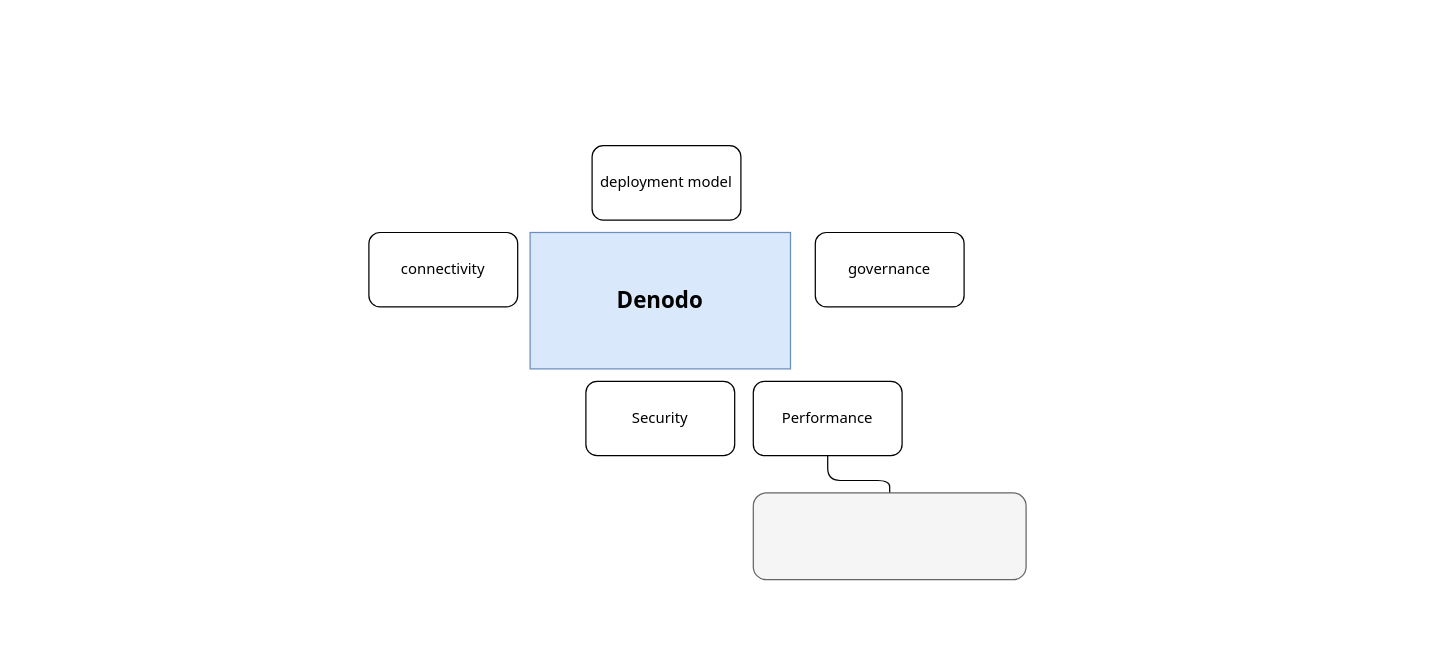
Earlier version of the draw.io diagram page "denodo" (1 of 3) of data virtualization.drawio (kanchantewary/MindMaps). Source tidied: cells renumbered, new cells numbered last; positions are measured from the earlier drawing's top-left corner, leaving out a move shared by most shapes. Both pictures are drawn from the tidied source at 124%, with x=0, y=0 at pixel (368, 145).
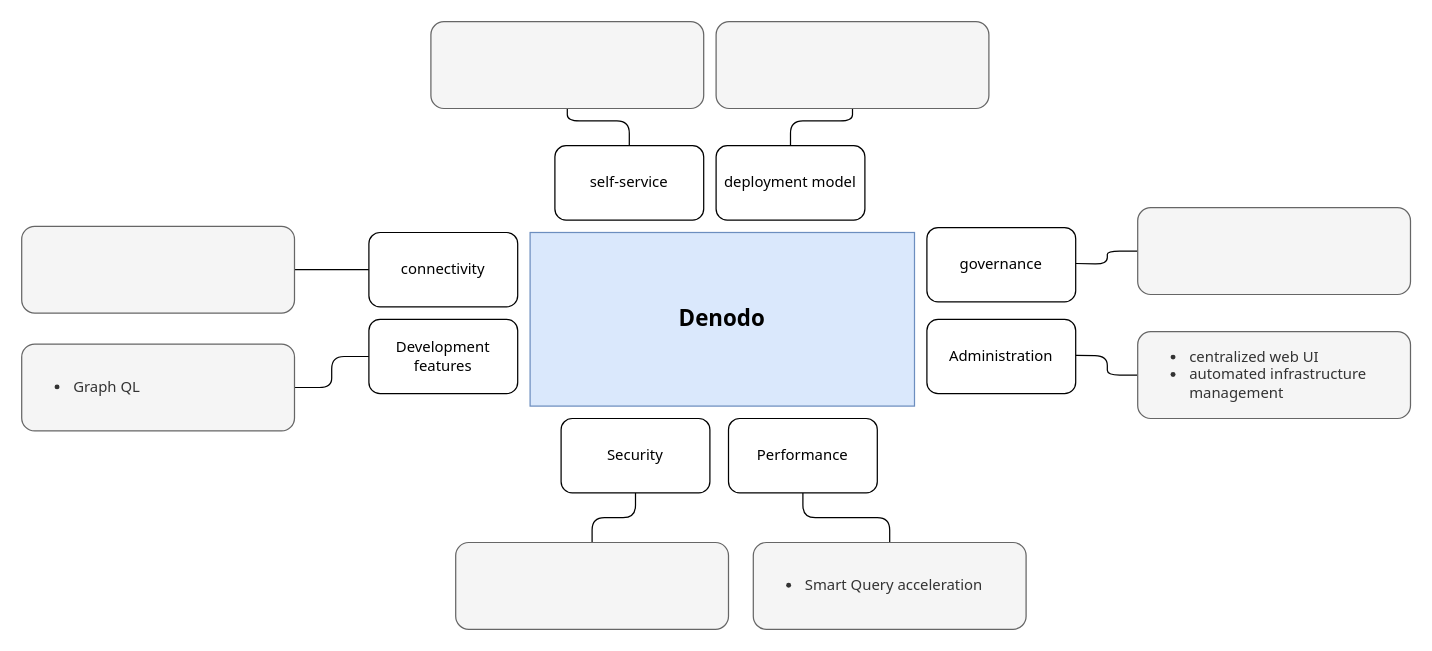
The same page after the edit.

Unchanged cells that the change refers to:
```xml
<mxCell id="9" value="connectivity" style="rounded=1;whiteSpace=wrap;html=1;fontFamily=Tahoma;" parent="1" vertex="1">
  <mxGeometry y="70" width="120" height="60" as="geometry" />
</mxCell>
```

The edit, as a diff of the source:
```diff
@@
     <mxCell id="2" value="&lt;h2&gt;&lt;font face=&quot;Tahoma&quot;&gt;Denodo&lt;/font&gt;&lt;/h2&gt;" style="rounded=0;whiteSpace=wrap;html=1;fillColor=#dae8fc;strokeColor=#6c8ebf;" parent="1" vertex="1">
-      <mxGeometry x="130" y="70" width="210" height="110" as="geometry" />
+      <mxGeometry x="130" y="70" width="310" height="140" as="geometry" />
     </mxCell>
+    <mxCell id="10" style="edgeStyle=orthogonalEdgeStyle;rounded=1;jettySize=auto;html=1;fontFamily=Tahoma;endArrow=none;endFill=0;" parent="1" edge="1" source="3" target="16">
+      <mxGeometry relative="1" as="geometry" />
+    </mxCell>
     <mxCell id="3" value="Security" style="rounded=1;whiteSpace=wrap;html=1;fontFamily=Tahoma;" parent="1" vertex="1">
-      <mxGeometry x="175" y="190" width="120" height="60" as="geometry" />
+      <mxGeometry x="155" y="220" width="120" height="60" as="geometry" />
     </mxCell>
@@
     <mxCell id="5" value="Performance" style="rounded=1;whiteSpace=wrap;html=1;fontFamily=Tahoma;" parent="1" vertex="1">
-      <mxGeometry x="310" y="190" width="120" height="60" as="geometry" />
+      <mxGeometry x="290" y="220" width="120" height="60" as="geometry" />
     </mxCell>
+    <mxCell id="11" style="edgeStyle=orthogonalEdgeStyle;rounded=1;jettySize=auto;html=1;fontFamily=Tahoma;endArrow=none;endFill=0;" parent="1" edge="1" source="6" target="14">
+      <mxGeometry relative="1" as="geometry" />
+    </mxCell>
     <mxCell id="6" value="deployment model" style="rounded=1;whiteSpace=wrap;html=1;fontFamily=Tahoma;" parent="1" vertex="1">
-      <mxGeometry x="180" width="120" height="60" as="geometry" />
+      <mxGeometry x="280" width="120" height="60" as="geometry" />
     </mxCell>
-    <mxCell id="7" style="rounded=1;whiteSpace=wrap;html=1;fontFamily=Tahoma;fillColor=#f5f5f5;fontColor=#333333;strokeColor=#666666;" parent="1" vertex="1">
-      <mxGeometry x="310" y="280" width="220" height="70" as="geometry" />
+    <mxCell id="7" value="&lt;ul&gt;&lt;li&gt;Smart Query acceleration&lt;/li&gt;&lt;/ul&gt;" style="rounded=1;whiteSpace=wrap;html=1;fontFamily=Tahoma;fillColor=#f5f5f5;fontColor=#333333;strokeColor=#666666;align=left;" parent="1" vertex="1">
+      <mxGeometry x="310" y="320" width="220" height="70" as="geometry" />
     </mxCell>
+    <mxCell id="12" style="edgeStyle=orthogonalEdgeStyle;rounded=1;jettySize=auto;html=1;fontFamily=Tahoma;endArrow=none;endFill=0;" parent="1" edge="1" target="15">
+      <mxGeometry relative="1" as="geometry">
+        <mxPoint x="570" y="95" as="sourcePoint" />
+      </mxGeometry>
+    </mxCell>
     <mxCell id="8" value="governance" style="rounded=1;whiteSpace=wrap;html=1;fontFamily=Tahoma;" parent="1" vertex="1">
-      <mxGeometry x="360" y="70" width="120" height="60" as="geometry" />
+      <mxGeometry x="450" y="66" width="120" height="60" as="geometry" />
     </mxCell>
+    <mxCell id="13" style="edgeStyle=orthogonalEdgeStyle;rounded=1;jettySize=auto;html=1;fontFamily=Tahoma;endArrow=none;endFill=0;" parent="1" edge="1" source="9" target="17">
+      <mxGeometry relative="1" as="geometry" />
+    </mxCell>
@@
+    <mxCell id="14" style="rounded=1;whiteSpace=wrap;html=1;fontFamily=Tahoma;fillColor=#f5f5f5;fontColor=#333333;strokeColor=#666666;" parent="1" vertex="1">
+      <mxGeometry x="280" y="-100" width="220" height="70" as="geometry" />
+    </mxCell>
+    <mxCell id="15" style="rounded=1;whiteSpace=wrap;html=1;fontFamily=Tahoma;fillColor=#f5f5f5;fontColor=#333333;strokeColor=#666666;" parent="1" vertex="1">
+      <mxGeometry x="620" y="50" width="220" height="70" as="geometry" />
+    </mxCell>
+    <mxCell id="16" style="rounded=1;whiteSpace=wrap;html=1;fontFamily=Tahoma;fillColor=#f5f5f5;fontColor=#333333;strokeColor=#666666;" parent="1" vertex="1">
+      <mxGeometry x="70" y="320" width="220" height="70" as="geometry" />
+    </mxCell>
+    <mxCell id="17" style="rounded=1;whiteSpace=wrap;html=1;fontFamily=Tahoma;fillColor=#f5f5f5;fontColor=#333333;strokeColor=#666666;" parent="1" vertex="1">
+      <mxGeometry x="-280" y="65" width="220" height="70" as="geometry" />
+    </mxCell>
+    <mxCell id="18" style="edgeStyle=orthogonalEdgeStyle;rounded=1;jettySize=auto;html=1;fontFamily=Tahoma;endArrow=none;endFill=0;" parent="1" edge="1" source="19" target="20">
+      <mxGeometry relative="1" as="geometry" />
+    </mxCell>
+    <mxCell id="19" value="Development &lt;br&gt;features" style="rounded=1;whiteSpace=wrap;html=1;fontFamily=Tahoma;" parent="1" vertex="1">
+      <mxGeometry y="140" width="120" height="60" as="geometry" />
+    </mxCell>
+    <mxCell id="20" value="&lt;ul&gt;&lt;li&gt;Graph QL&lt;/li&gt;&lt;/ul&gt;" style="rounded=1;whiteSpace=wrap;html=1;fontFamily=Tahoma;fillColor=#f5f5f5;fontColor=#333333;strokeColor=#666666;align=left;" parent="1" vertex="1">
+      <mxGeometry x="-280" y="160" width="220" height="70" as="geometry" />
+    </mxCell>
+    <mxCell id="21" style="edgeStyle=orthogonalEdgeStyle;rounded=1;jettySize=auto;html=1;fontFamily=Tahoma;endArrow=none;endFill=0;" parent="1" edge="1" source="22" target="23">
+      <mxGeometry relative="1" as="geometry" />
+    </mxCell>
+    <mxCell id="22" value="self-service" style="rounded=1;whiteSpace=wrap;html=1;fontFamily=Tahoma;" parent="1" vertex="1">
+      <mxGeometry x="150" width="120" height="60" as="geometry" />
+    </mxCell>
+    <mxCell id="23" style="rounded=1;whiteSpace=wrap;html=1;fontFamily=Tahoma;fillColor=#f5f5f5;fontColor=#333333;strokeColor=#666666;" parent="1" vertex="1">
+      <mxGeometry x="50" y="-100" width="220" height="70" as="geometry" />
+    </mxCell>
+    <mxCell id="24" style="edgeStyle=orthogonalEdgeStyle;rounded=1;jettySize=auto;html=1;fontFamily=Tahoma;endArrow=none;endFill=0;" parent="1" edge="1" target="26">
+      <mxGeometry relative="1" as="geometry">
+        <mxPoint x="570" y="169" as="sourcePoint" />
+      </mxGeometry>
+    </mxCell>
+    <mxCell id="25" value="Administration" style="rounded=1;whiteSpace=wrap;html=1;fontFamily=Tahoma;" parent="1" vertex="1">
+      <mxGeometry x="450" y="140" width="120" height="60" as="geometry" />
+    </mxCell>
+    <mxCell id="26" value="&lt;ul&gt;&lt;li&gt;centralized web UI&lt;/li&gt;&lt;li&gt;automated infrastructure management&lt;/li&gt;&lt;/ul&gt;" style="rounded=1;whiteSpace=wrap;html=1;fontFamily=Tahoma;fillColor=#f5f5f5;fontColor=#333333;strokeColor=#666666;align=left;" parent="1" vertex="1">
+      <mxGeometry x="620" y="150" width="220" height="70" as="geometry" />
+    </mxCell>
```
